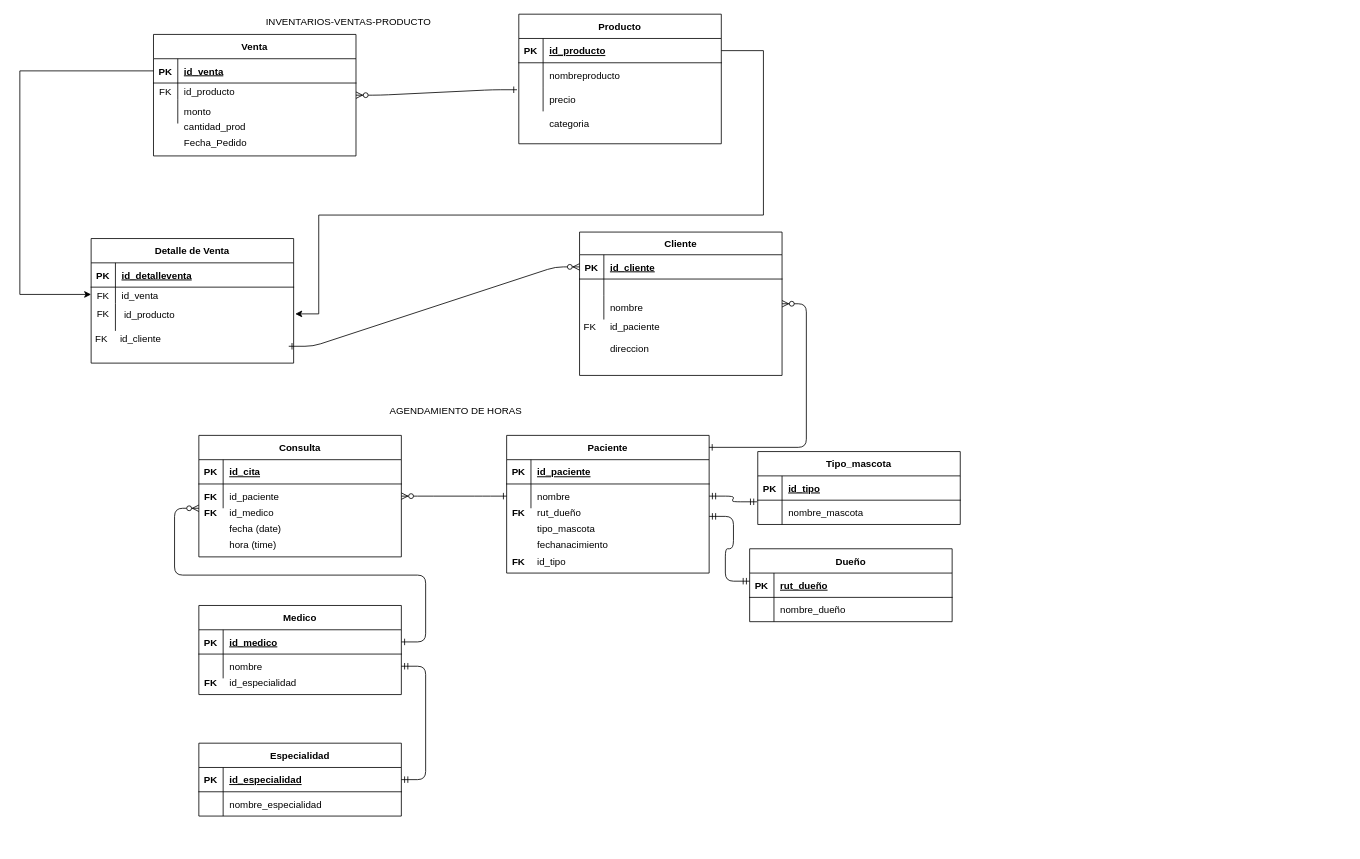
JoseFredes/vetlover keeps this draw.io diagram as Basesdedatos.drawio. Above is the earlier version. Source tidied: cells renumbered, new cells numbered last; positions are measured from the earlier drawing's top-left corner, leaving out a move shared by most shapes. Both pictures are drawn from the tidied source at 81%, with x=0, y=0 at pixel (19, 14).
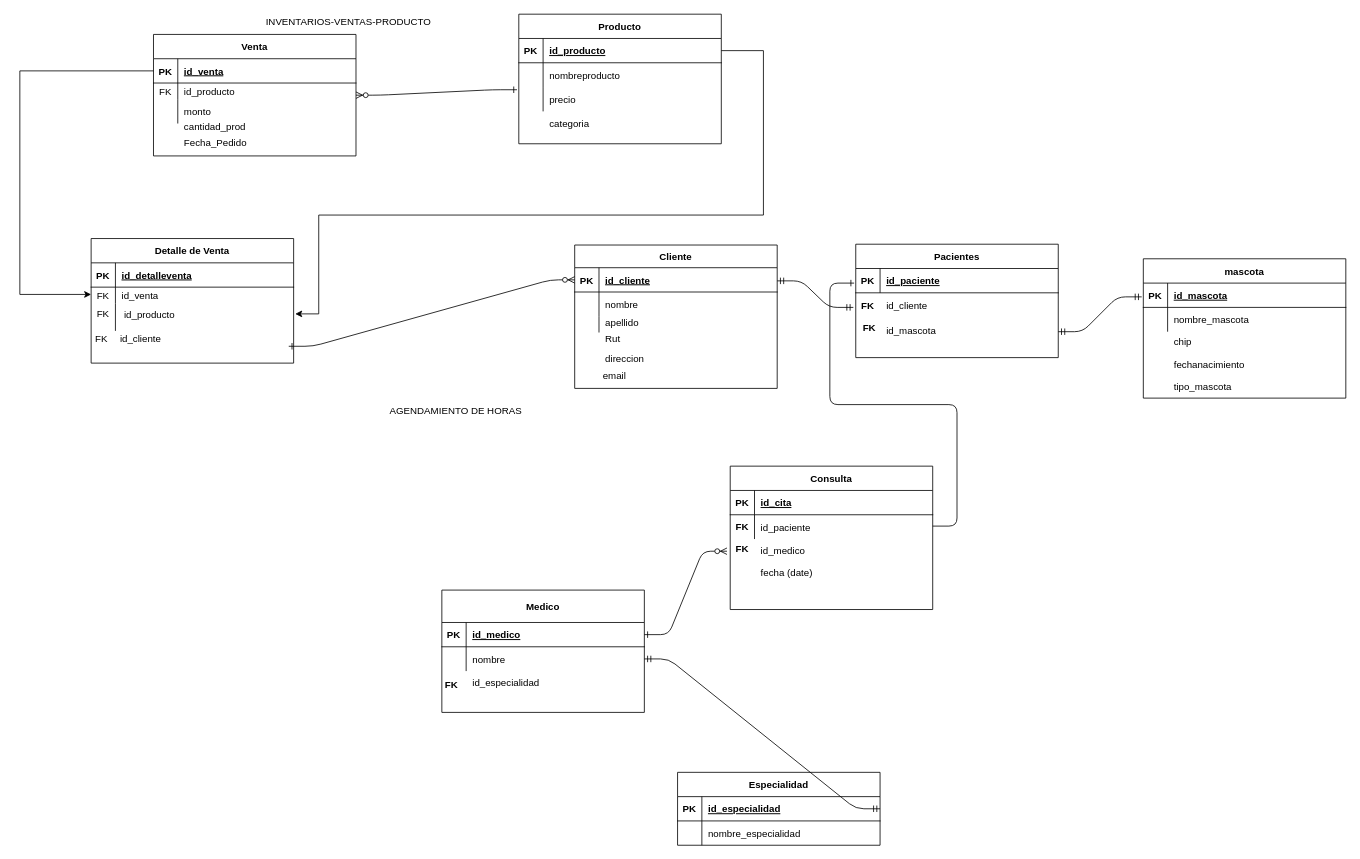
After the change.

Unchanged cells that the change refers to:
```xml
<mxCell id="32" style="shape=partialRectangle;fillColor=none;points=[[0,0.5],[1,0.5]];portConstraint=eastwest;top=0;left=0;right=0;bottom=0;" parent="28" vertex="1">
  <mxGeometry y="60" width="250" height="30" as="geometry" />
</mxCell>
<mxCell id="52" style="shape=partialRectangle;fillColor=none;points=[[0,0.5],[1,0.5]];portConstraint=eastwest;top=0;left=0;right=0;bottom=1;" parent="51" vertex="1">
  <mxGeometry y="30" width="250" height="30" as="geometry" />
</mxCell>
```

Diff of the diagram source:
```diff
@@
     <mxCell id="28" value="Consulta" style="shape=table;startSize=30;childLayout=tableLayout;rowLines=0;fontStyle=1;align=center;" parent="1" vertex="1">
-      <mxGeometry x="221" y="520" width="250" height="150" as="geometry" />
+      <mxGeometry x="877" y="558" width="250" height="177" as="geometry" />
     </mxCell>
@@
     <mxCell id="35" value="FK" style="shape=partialRectangle;overflow=hidden;fillColor=none;top=0;left=0;bottom=0;right=0;fontStyle=1;" parent="1" vertex="1">
-      <mxGeometry x="221" y="580" width="30" height="30" as="geometry" />
+      <mxGeometry x="877" y="617" width="30" height="30" as="geometry" />
     </mxCell>
     <mxCell id="36" value="FK" style="shape=partialRectangle;overflow=hidden;fillColor=none;top=0;left=0;bottom=0;right=0;fontStyle=1;" parent="1" vertex="1">
-      <mxGeometry x="221" y="600" width="30" height="30" as="geometry" />
+      <mxGeometry x="877" y="644" width="30" height="30" as="geometry" />
     </mxCell>
     <mxCell id="37" value="id_medico" style="shape=partialRectangle;overflow=hidden;fillColor=none;top=0;left=0;bottom=0;right=0;align=left;spacingLeft=6;" parent="1" vertex="1">
-      <mxGeometry x="251" y="600" width="220" height="30" as="geometry" />
+      <mxGeometry x="907" y="647" width="220" height="30" as="geometry" />
     </mxCell>
     <mxCell id="38" value="fecha (date)" style="shape=partialRectangle;overflow=hidden;fillColor=none;top=0;left=0;bottom=0;right=0;align=left;spacingLeft=6;" parent="1" vertex="1">
-      <mxGeometry x="251" y="620" width="220" height="30" as="geometry" />
+      <mxGeometry x="907" y="674" width="220" height="30" as="geometry" />
     </mxCell>
-    <mxCell id="39" value="hora (time)" style="shape=partialRectangle;overflow=hidden;fillColor=none;top=0;left=0;bottom=0;right=0;align=left;spacingLeft=6;" parent="1" vertex="1">
-      <mxGeometry x="251" y="640" width="220" height="30" as="geometry" />
-    </mxCell>
-    <mxCell id="40" value="Paciente" style="shape=table;startSize=30;childLayout=tableLayout;rowLines=0;fontStyle=1;align=center;" parent="1" vertex="1">
-      <mxGeometry x="601" y="520" width="250" height="170" as="geometry" />
+    <mxCell id="40" value="Pacientes" style="shape=table;startSize=30;childLayout=tableLayout;rowLines=0;fontStyle=1;align=center;" parent="1" vertex="1">
+      <mxGeometry x="1032" y="284" width="250" height="140" as="geometry" />
     </mxCell>
@@
-    <mxCell id="44" style="shape=partialRectangle;fillColor=none;points=[[0,0.5],[1,0.5]];portConstraint=eastwest;top=0;left=0;right=0;bottom=0;" parent="40" vertex="1">
-      <mxGeometry y="60" width="250" height="30" as="geometry" />
-    </mxCell>
-    <mxCell id="45" style="shape=partialRectangle;overflow=hidden;fillColor=none;top=0;left=0;bottom=0;right=0;" parent="44" vertex="1">
-      <mxGeometry width="30" height="30" as="geometry" />
-    </mxCell>
-    <mxCell id="46" value="nombre" style="shape=partialRectangle;overflow=hidden;fillColor=none;top=0;left=0;bottom=0;right=0;align=left;spacingLeft=6;" parent="44" vertex="1">
-      <mxGeometry x="30" width="220" height="30" as="geometry" />
-    </mxCell>
-    <mxCell id="47" value="rut_dueño" style="shape=partialRectangle;overflow=hidden;fillColor=none;top=0;left=0;bottom=0;right=0;align=left;spacingLeft=6;" parent="1" vertex="1">
-      <mxGeometry x="631" y="600" width="220" height="30" as="geometry" />
+    <mxCell id="47" value="id_cliente" style="shape=partialRectangle;overflow=hidden;fillColor=none;top=0;left=0;bottom=0;right=0;align=left;spacingLeft=6;" parent="1" vertex="1">
+      <mxGeometry x="1062" y="345" width="220" height="30" as="geometry" />
     </mxCell>
     <mxCell id="48" value="tipo_mascota" style="shape=partialRectangle;overflow=hidden;fillColor=none;top=0;left=0;bottom=0;right=0;align=left;spacingLeft=6;" parent="1" vertex="1">
-      <mxGeometry x="631" y="620" width="220" height="30" as="geometry" />
+      <mxGeometry x="1417" y="444" width="220" height="30" as="geometry" />
     </mxCell>
     <mxCell id="49" value="FK" style="shape=partialRectangle;overflow=hidden;fillColor=none;top=0;left=0;bottom=0;right=0;fontStyle=1;" parent="1" vertex="1">
-      <mxGeometry x="601" y="600" width="30" height="30" as="geometry" />
+      <mxGeometry x="1032" y="345" width="30" height="30" as="geometry" />
     </mxCell>
     <mxCell id="50" value="fechanacimiento" style="shape=partialRectangle;overflow=hidden;fillColor=none;top=0;left=0;bottom=0;right=0;align=left;spacingLeft=6;" parent="1" vertex="1">
-      <mxGeometry x="631" y="640" width="220" height="30" as="geometry" />
+      <mxGeometry x="1417" y="417" width="220" height="30" as="geometry" />
     </mxCell>
-    <mxCell id="51" value="Tipo_mascota" style="shape=table;startSize=30;childLayout=tableLayout;rowLines=0;fontStyle=1;align=center;" parent="1" vertex="1">
-      <mxGeometry x="911" y="540" width="250" height="90" as="geometry" />
+    <mxCell id="51" value="mascota" style="shape=table;startSize=30;childLayout=tableLayout;rowLines=0;fontStyle=1;align=center;" parent="1" vertex="1">
+      <mxGeometry x="1387" y="302" width="250" height="172" as="geometry" />
     </mxCell>
@@
-    <mxCell id="54" value="id_tipo" style="shape=partialRectangle;overflow=hidden;fillColor=none;top=0;left=0;bottom=0;right=0;align=left;spacingLeft=6;fontStyle=5;" parent="52" vertex="1">
+    <mxCell id="54" value="id_mascota" style="shape=partialRectangle;overflow=hidden;fillColor=none;top=0;left=0;bottom=0;right=0;align=left;spacingLeft=6;fontStyle=5;" parent="52" vertex="1">
       <mxGeometry x="30" width="220" height="30" as="geometry" />
     </mxCell>
@@
-    <mxCell id="58" value="Dueño" style="shape=table;startSize=30;childLayout=tableLayout;rowLines=0;fontStyle=1;align=center;" parent="1" vertex="1">
-      <mxGeometry x="901" y="660" width="250" height="90" as="geometry" />
-    </mxCell>
-    <mxCell id="59" style="shape=partialRectangle;fillColor=none;top=0;left=0;right=0;bottom=1;" parent="58" vertex="1">
-      <mxGeometry y="30" width="250" height="30" as="geometry" />
-    </mxCell>
-    <mxCell id="60" value="PK" style="shape=partialRectangle;overflow=hidden;fillColor=none;top=0;left=0;bottom=0;right=0;fontStyle=1;" parent="59" vertex="1">
-      <mxGeometry width="30" height="30" as="geometry" />
-    </mxCell>
-    <mxCell id="61" value="rut_dueño" style="shape=partialRectangle;overflow=hidden;fillColor=none;top=0;left=0;bottom=0;right=0;align=left;spacingLeft=6;fontStyle=5;" parent="59" vertex="1">
-      <mxGeometry x="30" width="220" height="30" as="geometry" />
-    </mxCell>
-    <mxCell id="62" style="shape=partialRectangle;fillColor=none;top=0;left=0;right=0;bottom=0;" parent="58" vertex="1">
-      <mxGeometry y="60" width="250" height="30" as="geometry" />
-    </mxCell>
-    <mxCell id="63" style="shape=partialRectangle;overflow=hidden;fillColor=none;top=0;left=0;bottom=0;right=0;" parent="62" vertex="1">
-      <mxGeometry width="30" height="30" as="geometry" />
-    </mxCell>
-    <mxCell id="64" value="nombre_dueño" style="shape=partialRectangle;overflow=hidden;fillColor=none;top=0;left=0;bottom=0;right=0;align=left;spacingLeft=6;" parent="62" vertex="1">
-      <mxGeometry x="30" width="220" height="30" as="geometry" />
-    </mxCell>
-    <mxCell id="65" value="Medico" style="shape=table;startSize=30;childLayout=tableLayout;rowLines=0;fontStyle=1;align=center;" parent="1" vertex="1">
-      <mxGeometry x="221" y="730" width="250" height="110" as="geometry" />
+    <mxCell id="65" value="Medico" style="shape=table;startSize=40;childLayout=tableLayout;rowLines=0;fontStyle=1;align=center;" parent="1" vertex="1">
+      <mxGeometry x="521" y="711" width="250" height="151" as="geometry" />
     </mxCell>
     <mxCell id="66" style="shape=partialRectangle;fillColor=none;points=[[0,0.5],[1,0.5]];portConstraint=eastwest;top=0;left=0;right=0;bottom=1;" parent="65" vertex="1">
-      <mxGeometry y="30" width="250" height="30" as="geometry" />
+      <mxGeometry y="40" width="250" height="30" as="geometry" />
     </mxCell>
@@
     <mxCell id="69" style="shape=partialRectangle;fillColor=none;points=[[0,0.5],[1,0.5]];portConstraint=eastwest;top=0;left=0;right=0;bottom=0;" parent="65" vertex="1">
-      <mxGeometry y="60" width="250" height="30" as="geometry" />
+      <mxGeometry y="70" width="250" height="30" as="geometry" />
     </mxCell>
@@
     <mxCell id="72" value="id_especialidad" style="shape=partialRectangle;overflow=hidden;fillColor=none;top=0;left=0;bottom=0;right=0;align=left;spacingLeft=6;" parent="1" vertex="1">
-      <mxGeometry x="251" y="810" width="220" height="30" as="geometry" />
+      <mxGeometry x="551" y="810" width="220" height="30" as="geometry" />
     </mxCell>
     <mxCell id="73" value="Especialidad" style="shape=table;startSize=30;childLayout=tableLayout;rowLines=0;fontStyle=1;align=center;" parent="1" vertex="1">
-      <mxGeometry x="221" y="900" width="250" height="90" as="geometry" />
+      <mxGeometry x="812" y="936" width="250" height="90" as="geometry" />
     </mxCell>
@@
     <mxCell id="80" value="FK" style="shape=partialRectangle;overflow=hidden;fillColor=none;top=0;left=0;bottom=0;right=0;fontStyle=1;" parent="1" vertex="1">
-      <mxGeometry x="221" y="810" width="30" height="30" as="geometry" />
+      <mxGeometry x="518" y="812" width="30" height="30" as="geometry" />
     </mxCell>
-    <mxCell id="81" style="edgeStyle=entityRelationEdgeStyle;endArrow=ERzeroToMany;startArrow=ERone;endFill=1;startFill=0;exitX=0;exitY=0.5;exitDx=0;exitDy=0;entryX=1;entryY=0.5;entryDx=0;entryDy=0;" parent="1" edge="1" source="44" target="32">
-      <mxGeometry relative="1" as="geometry" />
-    </mxCell>
-    <mxCell id="82" style="edgeStyle=entityRelationEdgeStyle;endArrow=ERmandOne;startArrow=ERmandOne;endFill=0;startFill=0;entryX=-0.004;entryY=1.067;entryDx=0;entryDy=0;entryPerimeter=0;" parent="1" edge="1" target="52">
+    <mxCell id="82" style="edgeStyle=entityRelationEdgeStyle;endArrow=ERmandOne;startArrow=ERmandOne;endFill=0;startFill=0;exitX=1;exitY=0.25;exitDx=0;exitDy=0;" parent="1" edge="1" source="88">
       <mxGeometry relative="1" as="geometry">
-        <mxPoint x="851" y="595" as="sourcePoint" />
+        <mxPoint x="1029" y="362" as="targetPoint" />
       </mxGeometry>
     </mxCell>
     <mxCell id="83" style="edgeStyle=entityRelationEdgeStyle;endArrow=ERmandOne;startArrow=ERmandOne;endFill=0;startFill=0;" parent="1" edge="1">
       <mxGeometry relative="1" as="geometry">
-        <mxPoint x="851" y="620" as="sourcePoint" />
-        <mxPoint x="901" y="700" as="targetPoint" />
+        <mxPoint x="1282" y="392" as="sourcePoint" />
+        <mxPoint x="1385" y="349" as="targetPoint" />
       </mxGeometry>
     </mxCell>
     <mxCell id="84" style="edgeStyle=entityRelationEdgeStyle;endArrow=ERzeroToMany;startArrow=ERone;endFill=1;startFill=0;exitX=1;exitY=0.5;exitDx=0;exitDy=0;" parent="1" edge="1" source="66">
       <mxGeometry relative="1" as="geometry">
-        <mxPoint x="221" y="610" as="targetPoint" />
+        <mxPoint x="873" y="663" as="targetPoint" />
       </mxGeometry>
     </mxCell>
@@
-    <mxCell id="86" value="id_tipo" style="shape=partialRectangle;overflow=hidden;fillColor=none;top=0;left=0;bottom=0;right=0;align=left;spacingLeft=6;" parent="1" vertex="1">
-      <mxGeometry x="631" y="660" width="220" height="30" as="geometry" />
+    <mxCell id="86" value="id_mascota" style="shape=partialRectangle;overflow=hidden;fillColor=none;top=0;left=0;bottom=0;right=0;align=left;spacingLeft=6;" parent="1" vertex="1">
+      <mxGeometry x="1062" y="375" width="220" height="30" as="geometry" />
     </mxCell>
     <mxCell id="87" value="FK" style="shape=partialRectangle;overflow=hidden;fillColor=none;top=0;left=0;bottom=0;right=0;fontStyle=1;" parent="1" vertex="1">
-      <mxGeometry x="601" y="660" width="30" height="30" as="geometry" />
+      <mxGeometry x="1034" y="372" width="30" height="30" as="geometry" />
     </mxCell>
     <mxCell id="88" value="Cliente" style="shape=table;startSize=28;childLayout=tableLayout;rowLines=0;fontStyle=1;align=center;" parent="1" vertex="1">
-      <mxGeometry x="691" y="269" width="250" height="177" as="geometry" />
+      <mxGeometry x="685" y="285" width="250" height="177" as="geometry" />
     </mxCell>
@@
+    <mxCell id="95" style="shape=partialRectangle;fillColor=none;top=0;left=0;right=0;bottom=0;" parent="88" vertex="1">
+      <mxGeometry y="58" width="250" height="30" as="geometry" />
+    </mxCell>
+    <mxCell id="96" style="shape=partialRectangle;overflow=hidden;fillColor=none;top=0;left=0;bottom=0;right=0;" parent="95" vertex="1">
+      <mxGeometry width="30" height="30" as="geometry" />
+    </mxCell>
+    <mxCell id="97" value="nombre" style="shape=partialRectangle;overflow=hidden;fillColor=none;top=0;left=0;bottom=0;right=0;align=left;spacingLeft=6;" parent="95" vertex="1">
+      <mxGeometry x="30" width="220" height="30" as="geometry" />
+    </mxCell>
     <mxCell id="92" style="shape=partialRectangle;fillColor=none;top=0;left=0;right=0;bottom=0;" parent="88" vertex="1">
-      <mxGeometry y="58" width="250" height="20" as="geometry" />
+      <mxGeometry y="88" width="250" height="20" as="geometry" />
     </mxCell>
@@
-    <mxCell id="95" style="shape=partialRectangle;fillColor=none;top=0;left=0;right=0;bottom=0;" parent="88" vertex="1">
-      <mxGeometry y="78" width="250" height="30" as="geometry" />
-    </mxCell>
-    <mxCell id="96" style="shape=partialRectangle;overflow=hidden;fillColor=none;top=0;left=0;bottom=0;right=0;" parent="95" vertex="1">
-      <mxGeometry width="30" height="30" as="geometry" />
-    </mxCell>
-    <mxCell id="97" value="nombre" style="shape=partialRectangle;overflow=hidden;fillColor=none;top=0;left=0;bottom=0;right=0;align=left;spacingLeft=6;" parent="95" vertex="1">
-      <mxGeometry x="30" width="220" height="30" as="geometry" />
-    </mxCell>
-    <mxCell id="98" value="id_paciente" style="shape=partialRectangle;overflow=hidden;fillColor=none;top=0;left=0;bottom=0;right=0;align=left;spacingLeft=6;" parent="1" vertex="1">
-      <mxGeometry x="721" y="371" width="220" height="30" as="geometry" />
-    </mxCell>
-    <mxCell id="99" value="FK" style="shape=partialRectangle;overflow=hidden;fillColor=none;top=0;left=0;bottom=0;right=0;" parent="1" vertex="1">
-      <mxGeometry x="689" y="376" width="30" height="20" as="geometry" />
-    </mxCell>
     <mxCell id="100" value="direccion" style="shape=partialRectangle;overflow=hidden;fillColor=none;top=0;left=0;bottom=0;right=0;align=left;spacingLeft=6;" parent="1" vertex="1">
-      <mxGeometry x="721" y="398" width="220" height="30" as="geometry" />
+      <mxGeometry x="715" y="410" width="220" height="30" as="geometry" />
     </mxCell>
@@
-    <mxCell id="102" style="edgeStyle=entityRelationEdgeStyle;endArrow=ERzeroToMany;startArrow=ERone;endFill=1;startFill=0;exitX=0.999;exitY=0.087;exitDx=0;exitDy=0;exitPerimeter=0;" parent="1" edge="1" source="40" target="88">
-      <mxGeometry relative="1" as="geometry" />
-    </mxCell>
@@
+    <mxCell id="120" value="Rut" style="shape=partialRectangle;overflow=hidden;fillColor=none;top=0;left=0;bottom=0;right=0;align=left;spacingLeft=6;" parent="1" vertex="1">
+      <mxGeometry x="715" y="385" width="220" height="30" as="geometry" />
+    </mxCell>
+    <mxCell id="121" value="apellido" style="shape=partialRectangle;overflow=hidden;fillColor=none;top=0;left=0;bottom=0;right=0;align=left;spacingLeft=6;" parent="1" vertex="1">
+      <mxGeometry x="715" y="366" width="220" height="30" as="geometry" />
+    </mxCell>
+    <mxCell id="122" value="email" style="shape=partialRectangle;overflow=hidden;fillColor=none;top=0;left=0;bottom=0;right=0;align=left;spacingLeft=6;" parent="1" vertex="1">
+      <mxGeometry x="712" y="430.8" width="220" height="30" as="geometry" />
+    </mxCell>
+    <mxCell id="123" value="chip" style="shape=partialRectangle;overflow=hidden;fillColor=none;top=0;left=0;bottom=0;right=0;align=left;spacingLeft=6;" parent="1" vertex="1">
+      <mxGeometry x="1417" y="389" width="220" height="30" as="geometry" />
+    </mxCell>
+    <mxCell id="124" style="edgeStyle=entityRelationEdgeStyle;fontSize=12;html=1;endArrow=ERone;endFill=1;" parent="1" edge="1">
+      <mxGeometry relative="1" as="geometry">
+        <mxPoint x="1127" y="632" as="sourcePoint" />
+        <mxPoint x="1030" y="332" as="targetPoint" />
+      </mxGeometry>
+    </mxCell>
```
